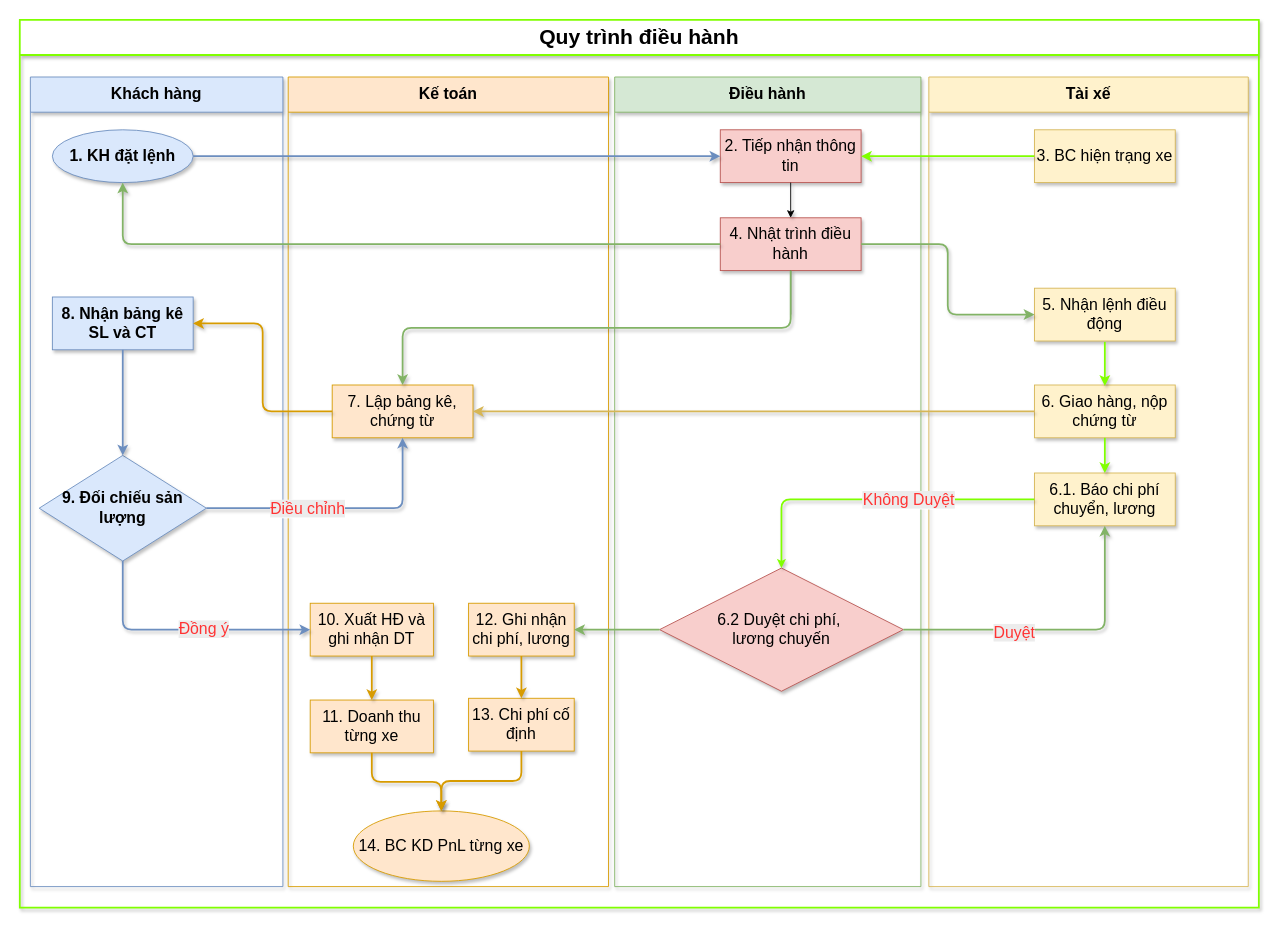
Earlier version of the draw.io diagram operation procedure/operation_procedure.drawio (minhtrantrong/SmartTMS-Docs). Source tidied: cells renumbered, new cells numbered last; positions are measured from the earlier drawing's top-left corner, leaving out a move shared by most shapes. Both pictures are drawn from the tidied source at 88%, with x=0, y=0 at pixel (19, 19).
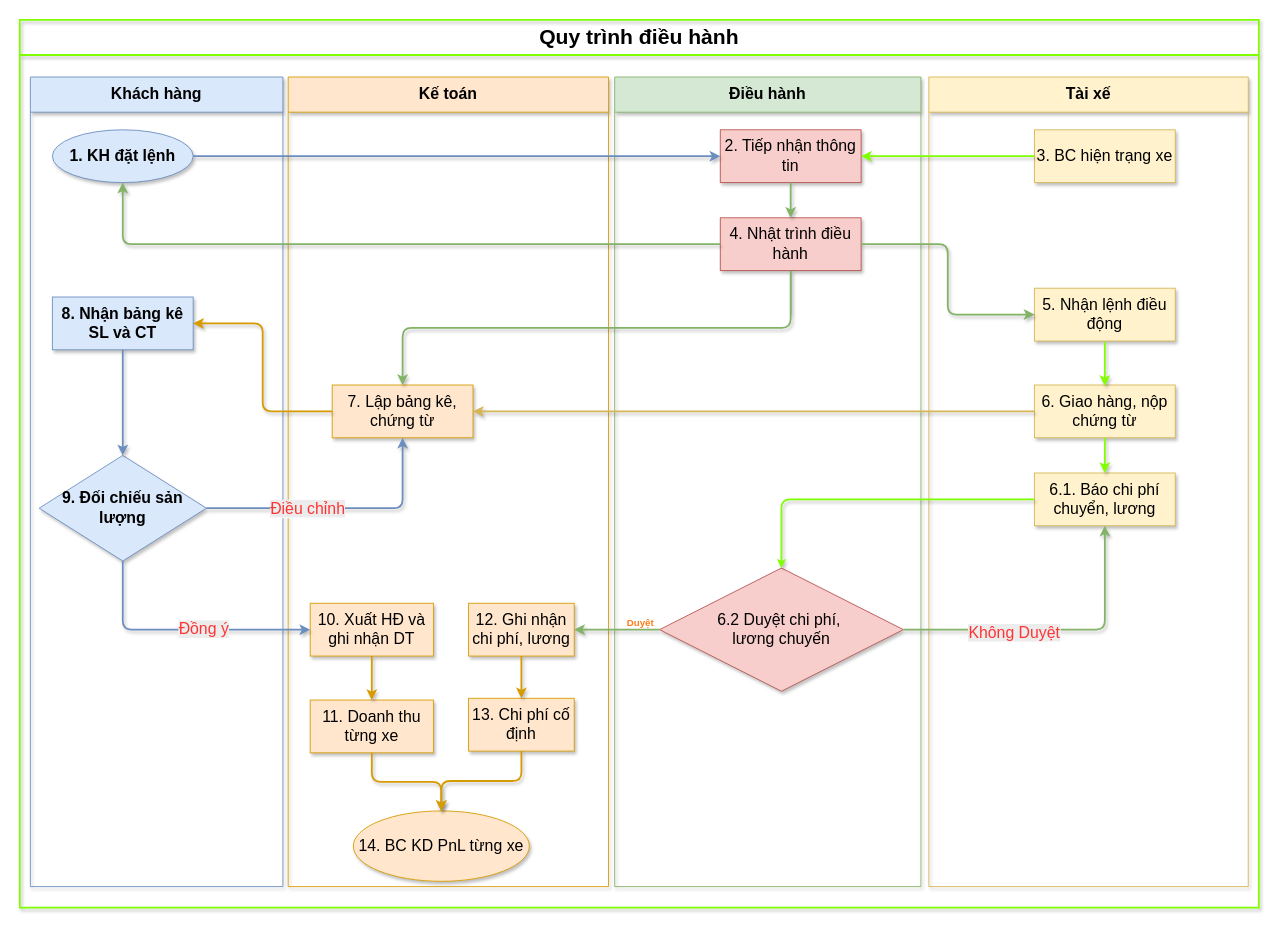
After the change.

Commit message:
Update operation_procedure diagram

The change refers to these unchanged cells:
```xml
<mxCell id="30" value="Điều hành" style="swimlane;whiteSpace=wrap;html=1;startSize=40;horizontal=1;fillColor=#d5e8d4;strokeColor=#82b366;fontSize=18;fontStyle=1;shadow=1;" parent="1" vertex="1">
  <mxGeometry x="676" y="65" width="348" height="920" as="geometry" />
</mxCell>
<mxCell id="31" value="&lt;font style=&quot;font-size: 18px;&quot;&gt;2. Tiếp nhận thông tin&lt;/font&gt;" style="whiteSpace=wrap;html=1;rounded=0;fillColor=#f8cecc;strokeColor=#b85450;shadow=1;align=center;verticalAlign=middle;fontFamily=Helvetica;fontSize=12;fontColor=default;" parent="30" vertex="1">
  <mxGeometry x="120" y="60" width="160" height="60" as="geometry" />
</mxCell>
<mxCell id="32" value="&lt;font style=&quot;font-size: 18px;&quot;&gt;4. Nhật trình điều hành&lt;/font&gt;" style="whiteSpace=wrap;html=1;rounded=0;fillColor=#f8cecc;strokeColor=#b85450;shadow=1;" parent="30" vertex="1">
  <mxGeometry x="120" y="160" width="160" height="60" as="geometry" />
</mxCell>
<mxCell id="42" style="rounded=1;jettySize=auto;html=1;exitX=0;exitY=0.5;exitDx=0;exitDy=0;entryX=1;entryY=0.5;entryDx=0;entryDy=0;shadow=1;strokeColor=#82b366;strokeWidth=2;align=center;verticalAlign=middle;fontFamily=Helvetica;fontSize=11;fontColor=default;labelBackgroundColor=default;endArrow=classic;curved=0;fillColor=#d5e8d4;" parent="1" edge="1" source="33" target="11">
  <mxGeometry relative="1" as="geometry" />
</mxCell>
<mxCell id="43" style="edgeStyle=orthogonalEdgeStyle;rounded=1;jettySize=auto;html=1;exitX=0;exitY=0.5;exitDx=0;exitDy=0;entryX=0.5;entryY=0;entryDx=0;entryDy=0;shadow=1;strokeColor=#80FF00;strokeWidth=2;align=center;verticalAlign=middle;fontFamily=Helvetica;fontSize=18;fontColor=#151515;labelBackgroundColor=default;endArrow=classic;fontStyle=1;horizontal=1;startSize=40;fillColor=#fff2cc;endSize=4;" parent="1" edge="1" source="19" target="33">
  <mxGeometry relative="1" as="geometry" />
</mxCell>
<mxCell id="46" style="edgeStyle=orthogonalEdgeStyle;rounded=1;jettySize=auto;html=1;exitX=1;exitY=0.5;exitDx=0;exitDy=0;entryX=0.5;entryY=1;entryDx=0;entryDy=0;shadow=1;strokeColor=#82b366;strokeWidth=2;align=center;verticalAlign=middle;fontFamily=Helvetica;fontSize=11;fontColor=default;labelBackgroundColor=default;endArrow=classic;fillColor=#d5e8d4;curved=0;" parent="1" edge="1" source="33" target="19">
  <mxGeometry relative="1" as="geometry" />
</mxCell>
```

Change to the diagram source:
```diff
@@
-    <mxCell id="2" value="Quy trình điều hành" style="swimlane;whiteSpace=wrap;html=1;startSize=40;horizontal=1;fontSize=24;fontStyle=1;strokeWidth=2;shadow=1;strokeColor=#80FF00;" parent="1" vertex="1">
+    <mxCell id="2" value="Quy trình điều hành" style="swimlane;whiteSpace=wrap;html=1;startSize=40;horizontal=1;fontSize=24;fontStyle=1;strokeWidth=2;shadow=1;strokeColor=#80FF00;fillColor=none;" parent="1" vertex="1">
       <mxGeometry width="1408" height="1009" as="geometry" />
     </mxCell>
@@
-    <mxCell id="34" style="edgeStyle=orthogonalEdgeStyle;rounded=0;jettySize=auto;html=1;strokeWidth=1;shadow=1;" parent="30" edge="1" source="31" target="32">
-      <mxGeometry relative="1" as="geometry" />
+    <mxCell id="34" style="edgeStyle=orthogonalEdgeStyle;rounded=1;jettySize=auto;html=1;strokeWidth=2;shadow=1;strokeColor=#82b366;align=center;verticalAlign=middle;fontFamily=Helvetica;fontSize=11;fontColor=default;labelBackgroundColor=default;endArrow=classic;fillColor=#d5e8d4;" parent="30" edge="1" source="31" target="32">
+      <mxGeometry relative="1" as="geometry">
+        <Array as="points">
+          <mxPoint x="200" y="134" />
+          <mxPoint x="200" y="134" />
+        </Array>
+      </mxGeometry>
     </mxCell>
@@
+    <mxCell id="48" value="Duyệt" style="edgeLabel;html=1;align=center;verticalAlign=middle;fontStyle=1;fontColor=#FF7D16;labelBackgroundColor=none;" parent="42" vertex="1">
+      <mxGeometry x="-0.26" y="-1" relative="1" as="geometry">
+        <mxPoint x="13" y="-8" as="offset" />
+      </mxGeometry>
+    </mxCell>
@@
-    <mxCell id="44" value="&lt;span style=&quot;color: rgb(255, 51, 51); font-size: 18px; background-color: rgb(236, 236, 236);&quot;&gt;Không Duyệt&lt;/span&gt;" style="edgeLabel;html=1;align=center;verticalAlign=middle;" parent="43" vertex="1">
-      <mxGeometry x="-0.21" relative="1" as="geometry" />
-    </mxCell>
+    <mxCell id="49" value="&#10;" style="edgeLabel;align=center;verticalAlign=middle;" parent="43" vertex="1">
+      <mxGeometry x="-0.11" y="-2" relative="1" as="geometry">
+        <mxPoint x="-3" y="-13" as="offset" />
+      </mxGeometry>
+    </mxCell>
@@
-    <mxCell id="47" value="&lt;div&gt;&lt;span style=&quot;color: rgb(255, 51, 51); font-size: 18px; background-color: rgb(236, 236, 236);&quot;&gt;Duyệt&lt;/span&gt;&lt;/div&gt;" style="edgeLabel;html=1;align=center;verticalAlign=middle;" parent="46" vertex="1">
+    <mxCell id="47" value="&lt;div&gt;&lt;span style=&quot;color: rgb(255, 51, 51); font-size: 18px; background-color: rgb(236, 236, 236);&quot;&gt;Không Duyệt&lt;/span&gt;&lt;/div&gt;" style="edgeLabel;html=1;align=center;verticalAlign=middle;" parent="46" vertex="1">
       <mxGeometry x="-0.28" y="-3" relative="1" as="geometry" />
     </mxCell>
```
